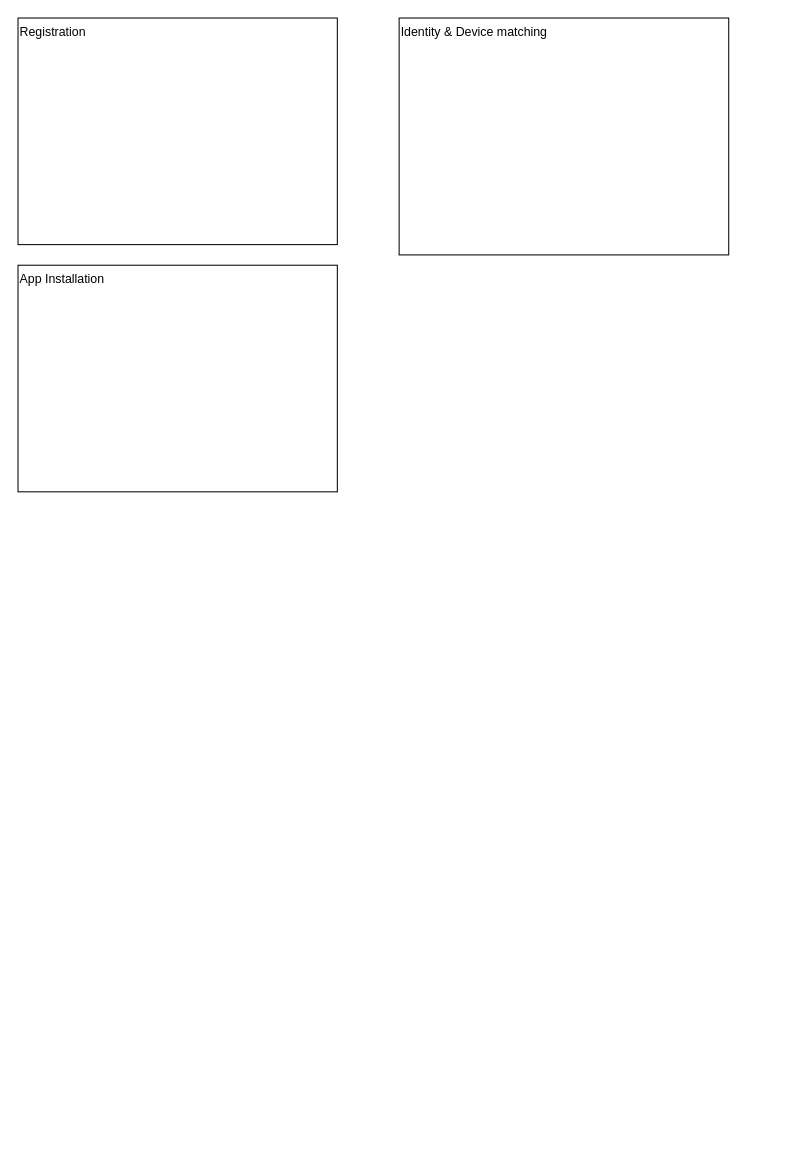
The draw.io diagram page "Detailed_Architecture" (2 of 3) of WiP/HeyBlue.drawio in MinniMieze/HeyBlue, before the edit. Source tidied: cells renumbered, new cells numbered last; positions are measured from the earlier drawing's top-left corner, leaving out a move shared by most shapes. Both pictures are drawn from the tidied source at 103%, with x=0, y=0 at pixel (18, 18).
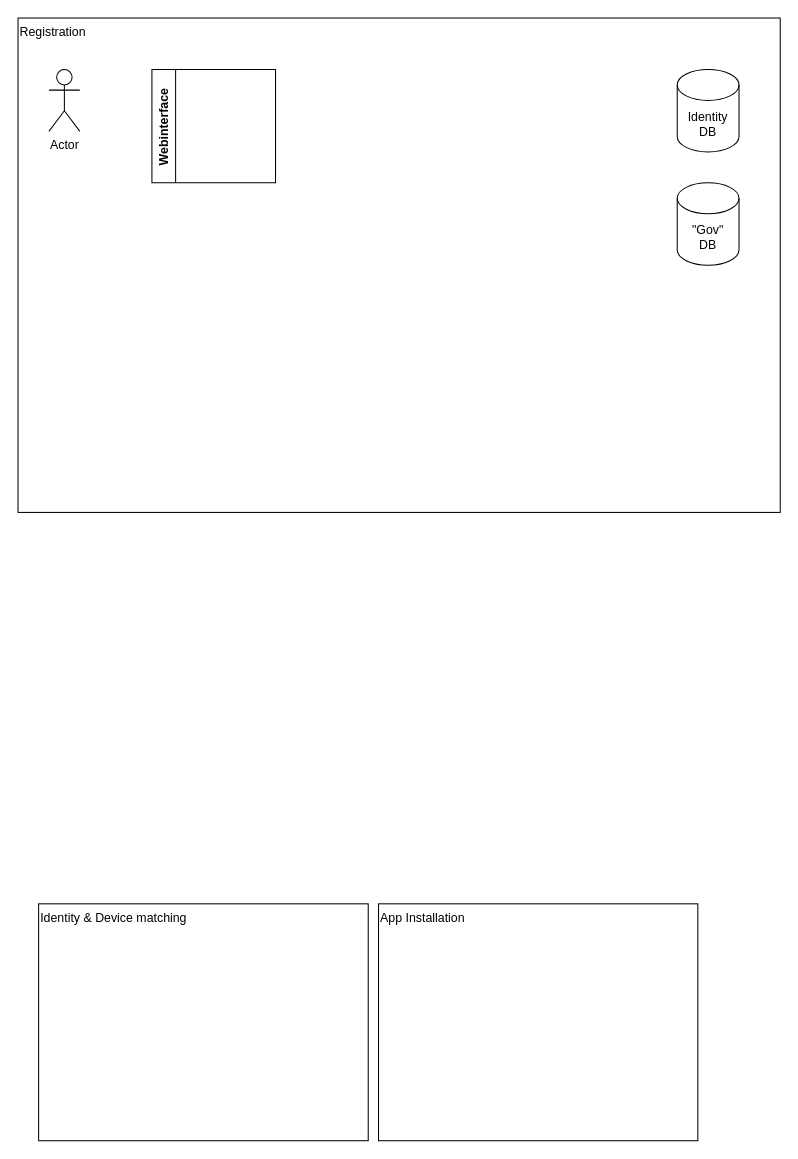
The same diagram, later.

Diff of the diagram source:
```diff
@@
 <mxGraphModel>
   <root>
     <mxCell id="0" />
     <mxCell id="1" parent="0" />
     <mxCell id="2" value="Registration" style="rounded=0;whiteSpace=wrap;html=1;align=left;labelPosition=center;verticalLabelPosition=middle;verticalAlign=top;" parent="1" vertex="1">
-      <mxGeometry width="310" height="220" as="geometry" />
+      <mxGeometry width="740" height="480" as="geometry" />
     </mxCell>
     <mxCell id="3" value="App Installation" style="rounded=0;whiteSpace=wrap;html=1;align=left;labelPosition=center;verticalLabelPosition=middle;verticalAlign=top;" parent="1" vertex="1">
-      <mxGeometry y="240" width="310" height="220" as="geometry" />
+      <mxGeometry x="350" y="860" width="310" height="230" as="geometry" />
     </mxCell>
     <mxCell id="4" value="Identity &amp;amp; Device matching" style="rounded=0;whiteSpace=wrap;html=1;align=left;labelPosition=center;verticalLabelPosition=middle;verticalAlign=top;" parent="1" vertex="1">
-      <mxGeometry x="370" width="320" height="230" as="geometry" />
+      <mxGeometry x="20" y="860" width="320" height="230" as="geometry" />
     </mxCell>
+    <mxCell id="5" value="Actor" style="shape=umlActor;verticalLabelPosition=bottom;verticalAlign=top;html=1;" parent="1" vertex="1">
+      <mxGeometry x="30" y="50" width="30" height="60" as="geometry" />
+    </mxCell>
+    <mxCell id="6" value="Webinterface" style="swimlane;horizontal=0;" parent="1" vertex="1">
+      <mxGeometry x="130" y="50" width="120" height="110" as="geometry" />
+    </mxCell>
+    <mxCell id="7" value="&quot;Gov&quot;&lt;br&gt;DB" style="shape=cylinder3;whiteSpace=wrap;html=1;boundedLbl=1;backgroundOutline=1;size=15;" parent="1" vertex="1">
+      <mxGeometry x="640" y="160" width="60" height="80" as="geometry" />
+    </mxCell>
+    <mxCell id="8" value="Identity DB" style="shape=cylinder3;whiteSpace=wrap;html=1;boundedLbl=1;backgroundOutline=1;size=15;" parent="1" vertex="1">
+      <mxGeometry x="640" y="50" width="60" height="80" as="geometry" />
+    </mxCell>
   </root>
 </mxGraphModel>
```
